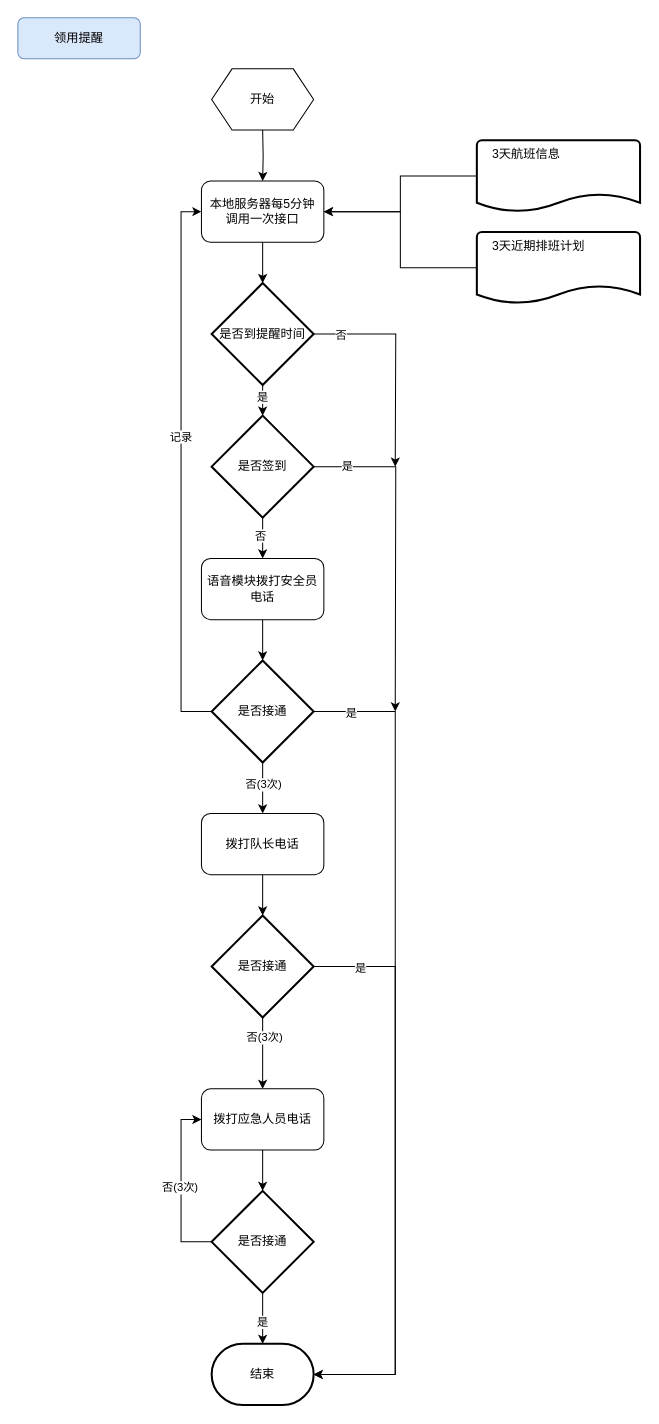
The draw.io diagram xbhangkong0new.drawio in HXLMOM/cctest, before the edit. Source tidied: cells renumbered, new cells numbered last; positions are measured from the earlier drawing's top-left corner, leaving out a move shared by most shapes. Both pictures are drawn from the tidied source at 102%, with x=0, y=0 at pixel (17, 17).
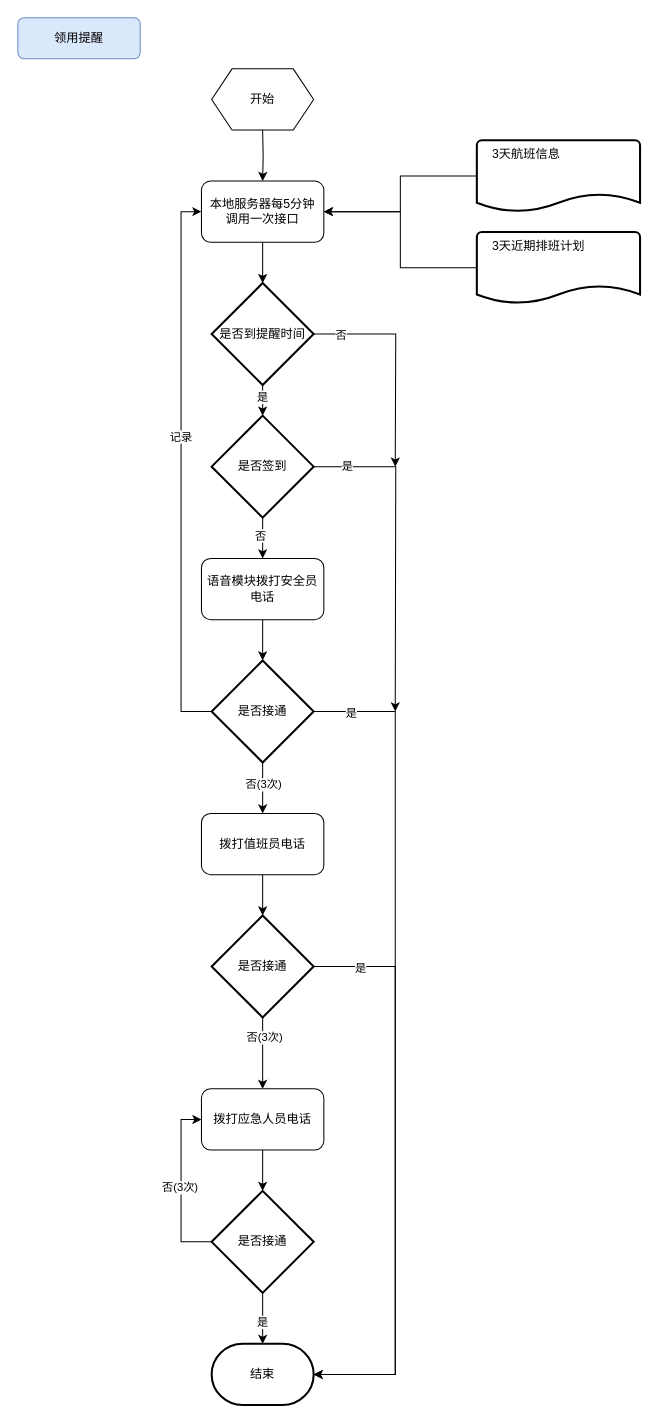
After the change.

Change to the diagram source:
```diff
@@
-    <mxCell id="19" value="拨打队长电话" style="rounded=1;whiteSpace=wrap;html=1;" parent="1" vertex="1">
+    <mxCell id="19" value="拨打值班员电话" style="rounded=1;whiteSpace=wrap;html=1;" parent="1" vertex="1">
       <mxGeometry x="180" y="780" width="120" height="60" as="geometry" />
     </mxCell>
```
